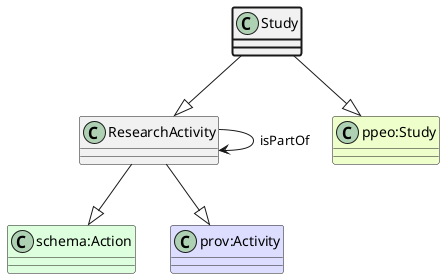
Earlier version of the PlantUML export ttl_uml/ttl_appn_Study.png (aus-plant-phenomics-network/appn-schema).
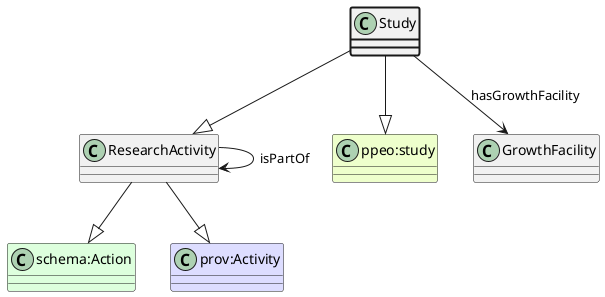
Above is the later version.

Diff of the diagram source:
```diff
@@ -6,8 +6,10 @@
 class "prov:Activity" #DDDDFF
 ResearchActivity --|> "prov:Activity"
 Study --|> ResearchActivity
-class "ppeo:Study" #EEFFCC
-Study --|> "ppeo:Study"
+class "ppeo:study" #EEFFCC
+Study --|> "ppeo:study"
+class GrowthFacility
+Study --> GrowthFacility : hasGrowthFacility
 class ResearchActivity
 ResearchActivity --> ResearchActivity : isPartOf
 @enduml
```
